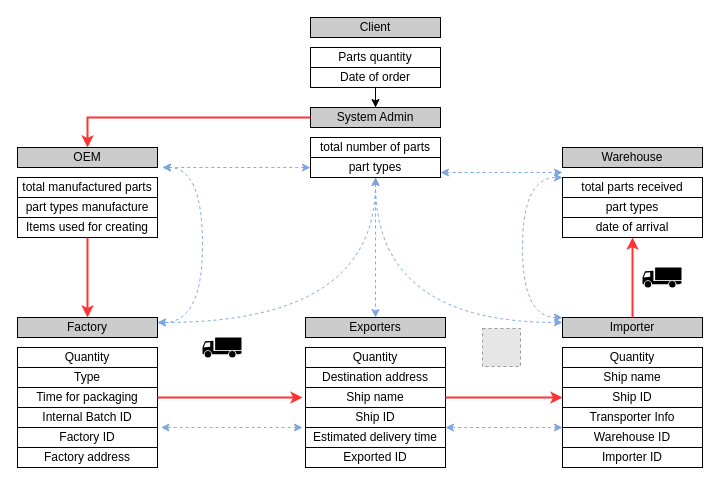
The draw.io diagram diagrams/src/workflow.drawio in backdoorcodr/blockchain-simple-supplychain, before the edit. Source tidied: cells renumbered, new cells numbered last; positions are measured from the earlier drawing's top-left corner, leaving out a move shared by most shapes. Both pictures are drawn from the tidied source at 100%, with x=0, y=0 at pixel (17, 17). Pictures stored in the file or linked from it are replaced by grey dashed boxes.
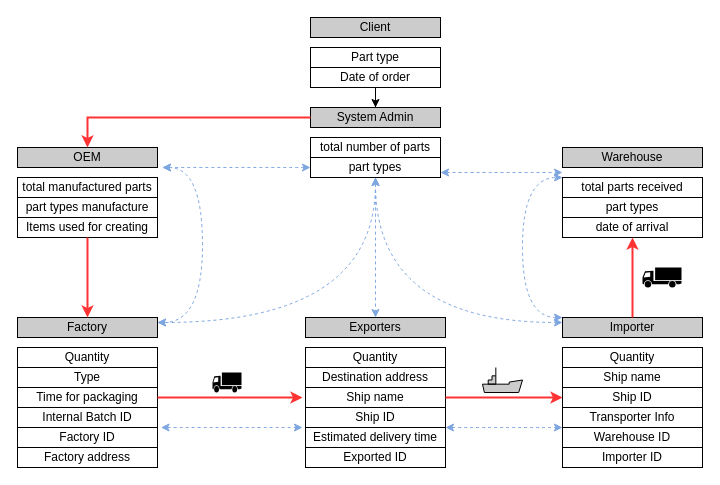
Above is the later version.

Unchanged cells that the change refers to:
```xml
<mxCell id="36" style="group;" parent="1" vertex="1">
  <mxGeometry x="293" width="130" height="70" as="geometry" />
</mxCell>
```

The edit, as a diff of the source:
```diff
@@
-    <mxCell id="38" value="Parts quantity" style="rounded=1;whiteSpace=wrap;html=1;arcSize=0;" parent="36" vertex="1">
+    <mxCell id="38" value="Part type" style="rounded=1;whiteSpace=wrap;html=1;arcSize=0;" parent="36" vertex="1">
       <mxGeometry y="30" width="130" height="20" as="geometry" />
     </mxCell>
@@
     <mxCell id="56" style="shape=mxgraph.signs.transportation.truck_1;html=1;fillColor=#000000;strokeColor=none;verticalLabelPosition=bottom;verticalAlign=top;align=center;" parent="1" vertex="1">
-      <mxGeometry x="185" y="320" width="39" height="20" as="geometry" />
+      <mxGeometry x="195" y="355" width="29" height="20" as="geometry" />
     </mxCell>
-    <mxCell id="57" style="fillColor=#E6E6E6;strokeColor=#999999;dashed=1;html=1;verticalAlign=top;verticalLabelPosition=bottom;labelBackgroundColor=#ffffff;" parent="1" vertex="1">
-      <mxGeometry x="465" y="311" width="38" height="38" as="geometry" />
-    </mxCell>
@@
+    <mxCell id="68" style="verticalLabelPosition=bottom;align=center;dashed=0;html=1;verticalAlign=top;shape=mxgraph.pid.misc.ship;fillColor=#CCCCCC;" parent="1" vertex="1">
+      <mxGeometry x="465" y="350" width="40" height="25" as="geometry" />
+    </mxCell>
```
